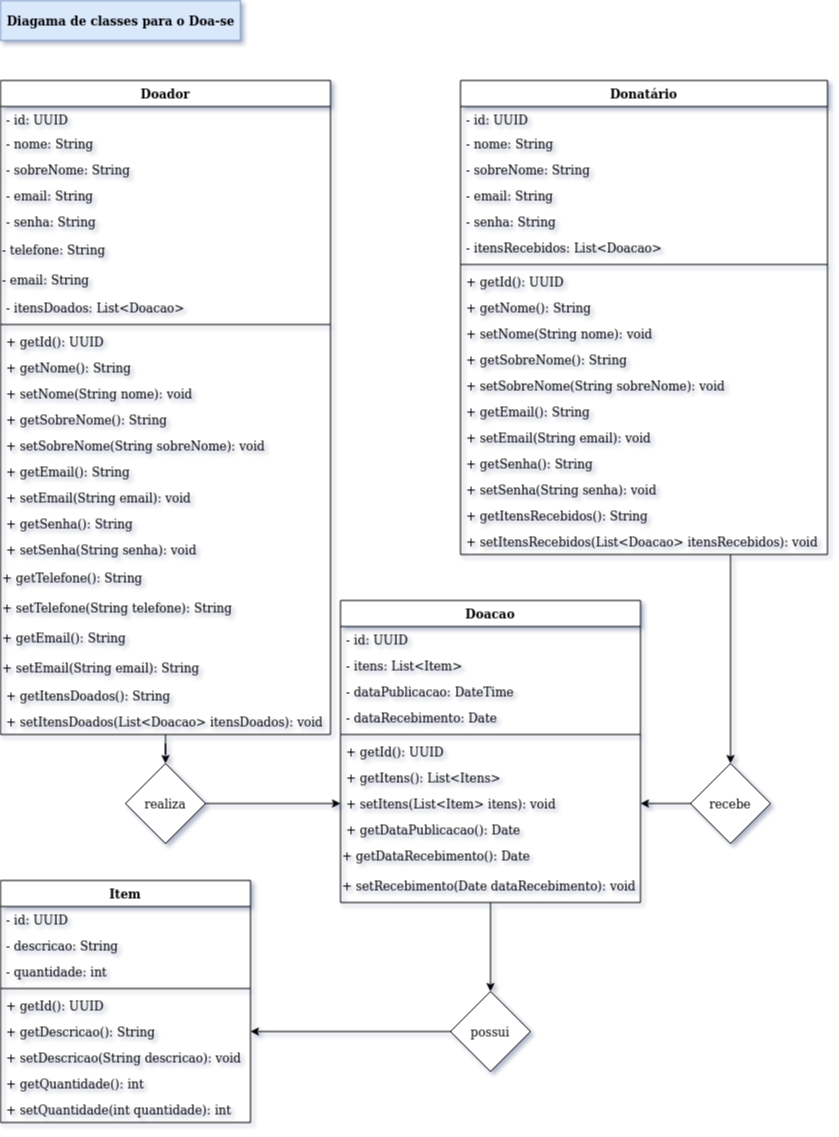
Above: DiagramaProjetoIntegrador2.drawio.png in boirods/API_Projeto_Integrador_II_UNIVESP (draw.io), before the change. Source tidied: cells renumbered, new cells last; positions are measured from the earlier drawing's top-left corner, leaving out a move shared by most shapes.
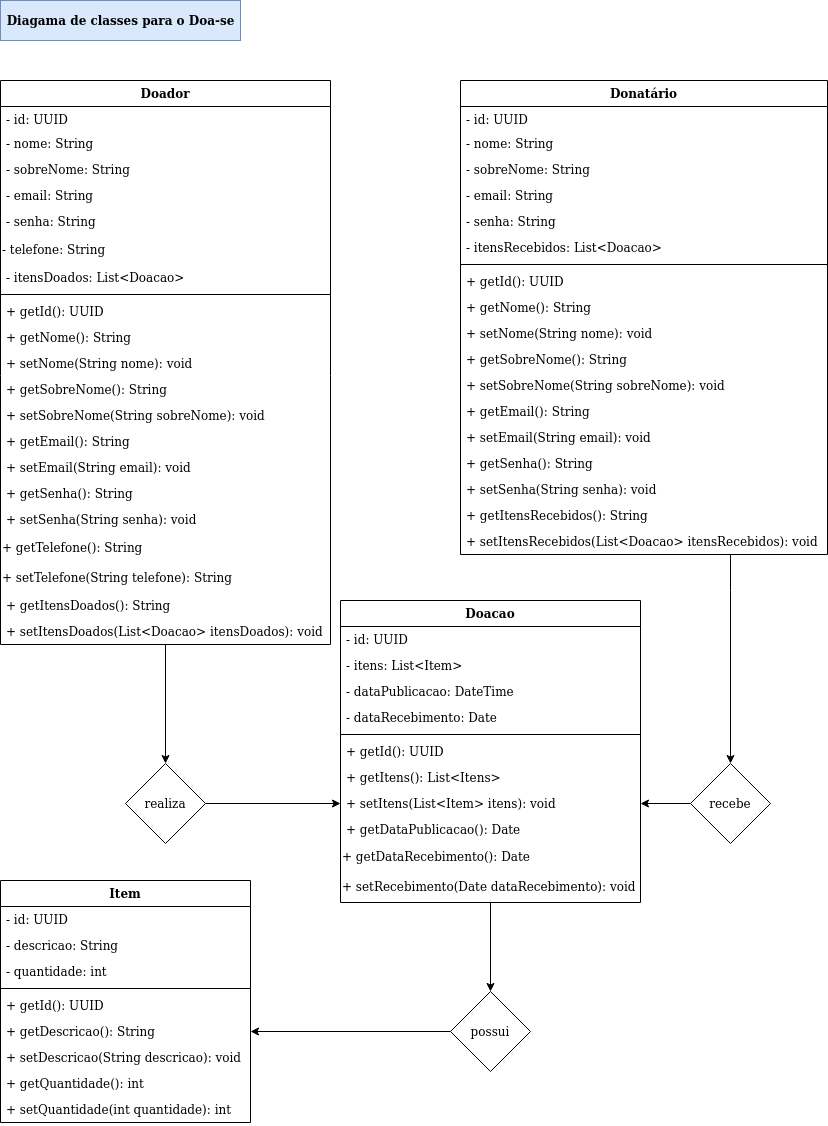
After the change.

Diff of the diagram source:
```diff
@@ -9,7 +9,7 @@
       <mxGeometry relative="1" as="geometry" />
     </mxCell>
     <mxCell id="4" value="Doador" style="swimlane;fontStyle=1;align=center;verticalAlign=top;horizontal=1;startSize=26;" parent="1" vertex="1">
-      <mxGeometry y="80" width="330" height="654" as="geometry" />
+      <mxGeometry y="80" width="330" height="564" as="geometry" />
     </mxCell>
     <mxCell id="5" value="- id: UUID" style="text;strokeColor=none;fillColor=none;align=left;verticalAlign=top;spacingLeft=4;spacingRight=4;overflow=hidden;" parent="4" vertex="1">
       <mxGeometry y="26" width="330" height="24" as="geometry" />
@@ -29,59 +29,50 @@
     <mxCell id="10" value="&lt;div align=&quot;left&quot;&gt;- telefone: String&lt;/div&gt;" style="text;html=1;strokeColor=none;fillColor=none;align=left;verticalAlign=middle;whiteSpace=wrap;rounded=0;" parent="4" vertex="1">
       <mxGeometry y="154" width="330" height="30" as="geometry" />
     </mxCell>
-    <mxCell id="11" value="&lt;div&gt;- email: String&lt;br&gt;&lt;/div&gt;" style="text;html=1;strokeColor=none;fillColor=none;align=left;verticalAlign=middle;whiteSpace=wrap;rounded=0;" parent="4" vertex="1">
-      <mxGeometry y="184" width="330" height="30" as="geometry" />
-    </mxCell>
     <mxCell id="12" value="- itensDoados: List&lt;Doacao&gt;" style="text;strokeColor=none;fillColor=none;align=left;verticalAlign=top;spacingLeft=4;spacingRight=4;overflow=hidden;" parent="4" vertex="1">
-      <mxGeometry y="214" width="330" height="26" as="geometry" />
+      <mxGeometry y="184" width="330" height="26" as="geometry" />
     </mxCell>
     <mxCell id="13" style="line;strokeWidth=1;fillColor=none;align=left;verticalAlign=middle;spacingTop=-1;spacingLeft=3;spacingRight=3;labelPosition=right;" parent="4" vertex="1">
-      <mxGeometry y="240" width="330" height="8" as="geometry" />
+      <mxGeometry y="210" width="330" height="8" as="geometry" />
     </mxCell>
     <mxCell id="14" value="+ getId(): UUID" style="text;strokeColor=none;fillColor=none;align=left;verticalAlign=top;spacingLeft=4;spacingRight=4;overflow=hidden;" parent="4" vertex="1">
-      <mxGeometry y="248" width="330" height="26" as="geometry" />
+      <mxGeometry y="218" width="330" height="26" as="geometry" />
     </mxCell>
     <mxCell id="15" value="+ getNome(): String" style="text;strokeColor=none;fillColor=none;align=left;verticalAlign=top;spacingLeft=4;spacingRight=4;overflow=hidden;" parent="4" vertex="1">
-      <mxGeometry y="274" width="330" height="26" as="geometry" />
+      <mxGeometry y="244" width="330" height="26" as="geometry" />
     </mxCell>
     <mxCell id="16" value="+ setNome(String nome): void" style="text;strokeColor=none;fillColor=none;align=left;verticalAlign=top;spacingLeft=4;spacingRight=4;overflow=hidden;" parent="4" vertex="1">
-      <mxGeometry y="300" width="330" height="26" as="geometry" />
+      <mxGeometry y="270" width="330" height="26" as="geometry" />
     </mxCell>
     <mxCell id="17" value="+ getSobreNome(): String" style="text;strokeColor=none;fillColor=none;align=left;verticalAlign=top;spacingLeft=4;spacingRight=4;overflow=hidden;" parent="4" vertex="1">
-      <mxGeometry y="326" width="330" height="26" as="geometry" />
+      <mxGeometry y="296" width="330" height="26" as="geometry" />
     </mxCell>
     <mxCell id="18" value="+ setSobreNome(String sobreNome): void" style="text;strokeColor=none;fillColor=none;align=left;verticalAlign=top;spacingLeft=4;spacingRight=4;overflow=hidden;" parent="4" vertex="1">
-      <mxGeometry y="352" width="330" height="26" as="geometry" />
+      <mxGeometry y="322" width="330" height="26" as="geometry" />
     </mxCell>
     <mxCell id="19" value="+ getEmail(): String" style="text;strokeColor=none;fillColor=none;align=left;verticalAlign=top;spacingLeft=4;spacingRight=4;overflow=hidden;" parent="4" vertex="1">
-      <mxGeometry y="378" width="330" height="26" as="geometry" />
+      <mxGeometry y="348" width="330" height="26" as="geometry" />
     </mxCell>
     <mxCell id="20" value="+ setEmail(String email): void" style="text;strokeColor=none;fillColor=none;align=left;verticalAlign=top;spacingLeft=4;spacingRight=4;overflow=hidden;" parent="4" vertex="1">
-      <mxGeometry y="404" width="330" height="26" as="geometry" />
+      <mxGeometry y="374" width="330" height="26" as="geometry" />
     </mxCell>
     <mxCell id="21" value="+ getSenha(): String" style="text;strokeColor=none;fillColor=none;align=left;verticalAlign=top;spacingLeft=4;spacingRight=4;overflow=hidden;" parent="4" vertex="1">
-      <mxGeometry y="430" width="330" height="26" as="geometry" />
+      <mxGeometry y="400" width="330" height="26" as="geometry" />
     </mxCell>
     <mxCell id="22" value="+ setSenha(String senha): void" style="text;strokeColor=none;fillColor=none;align=left;verticalAlign=top;spacingLeft=4;spacingRight=4;overflow=hidden;" parent="4" vertex="1">
-      <mxGeometry y="456" width="330" height="26" as="geometry" />
+      <mxGeometry y="426" width="330" height="26" as="geometry" />
     </mxCell>
     <mxCell id="23" value="&lt;div align=&quot;left&quot;&gt;+ getTelefone(): String&lt;/div&gt;" style="text;html=1;strokeColor=none;fillColor=none;align=left;verticalAlign=middle;whiteSpace=wrap;rounded=0;" parent="4" vertex="1">
-      <mxGeometry y="482" width="330" height="30" as="geometry" />
+      <mxGeometry y="452" width="330" height="30" as="geometry" />
     </mxCell>
     <mxCell id="24" value="&lt;div align=&quot;left&quot;&gt;+ setTelefone(String telefone): String&lt;/div&gt;" style="text;html=1;strokeColor=none;fillColor=none;align=left;verticalAlign=middle;whiteSpace=wrap;rounded=0;" parent="4" vertex="1">
-      <mxGeometry y="512" width="330" height="30" as="geometry" />
+      <mxGeometry y="482" width="330" height="30" as="geometry" />
     </mxCell>
-    <mxCell id="25" value="&lt;div align=&quot;left&quot;&gt;+ getEmail(): String&lt;/div&gt;" style="text;html=1;strokeColor=none;fillColor=none;align=left;verticalAlign=middle;whiteSpace=wrap;rounded=0;" parent="4" vertex="1">
-      <mxGeometry y="542" width="330" height="30" as="geometry" />
-    </mxCell>
-    <mxCell id="26" value="&lt;div align=&quot;left&quot;&gt;+ setEmail(String email): String&lt;/div&gt;" style="text;html=1;strokeColor=none;fillColor=none;align=left;verticalAlign=middle;whiteSpace=wrap;rounded=0;" parent="4" vertex="1">
-      <mxGeometry y="572" width="330" height="30" as="geometry" />
-    </mxCell>
     <mxCell id="27" value="+ getItensDoados(): String" style="text;strokeColor=none;fillColor=none;align=left;verticalAlign=top;spacingLeft=4;spacingRight=4;overflow=hidden;" parent="4" vertex="1">
-      <mxGeometry y="602" width="330" height="26" as="geometry" />
+      <mxGeometry y="512" width="330" height="26" as="geometry" />
     </mxCell>
     <mxCell id="28" value="+ setItensDoados(List&lt;Doacao&gt; itensDoados): void" style="text;strokeColor=none;fillColor=none;align=left;verticalAlign=top;spacingLeft=4;spacingRight=4;overflow=hidden;" parent="4" vertex="1">
-      <mxGeometry y="628" width="330" height="26" as="geometry" />
+      <mxGeometry y="538" width="330" height="26" as="geometry" />
     </mxCell>
     <mxCell id="29" style="edgeStyle=orthogonalEdgeStyle;rounded=0;jettySize=auto;html=1;" parent="1" edge="1" source="30" target="75">
       <mxGeometry relative="1" as="geometry">
```
